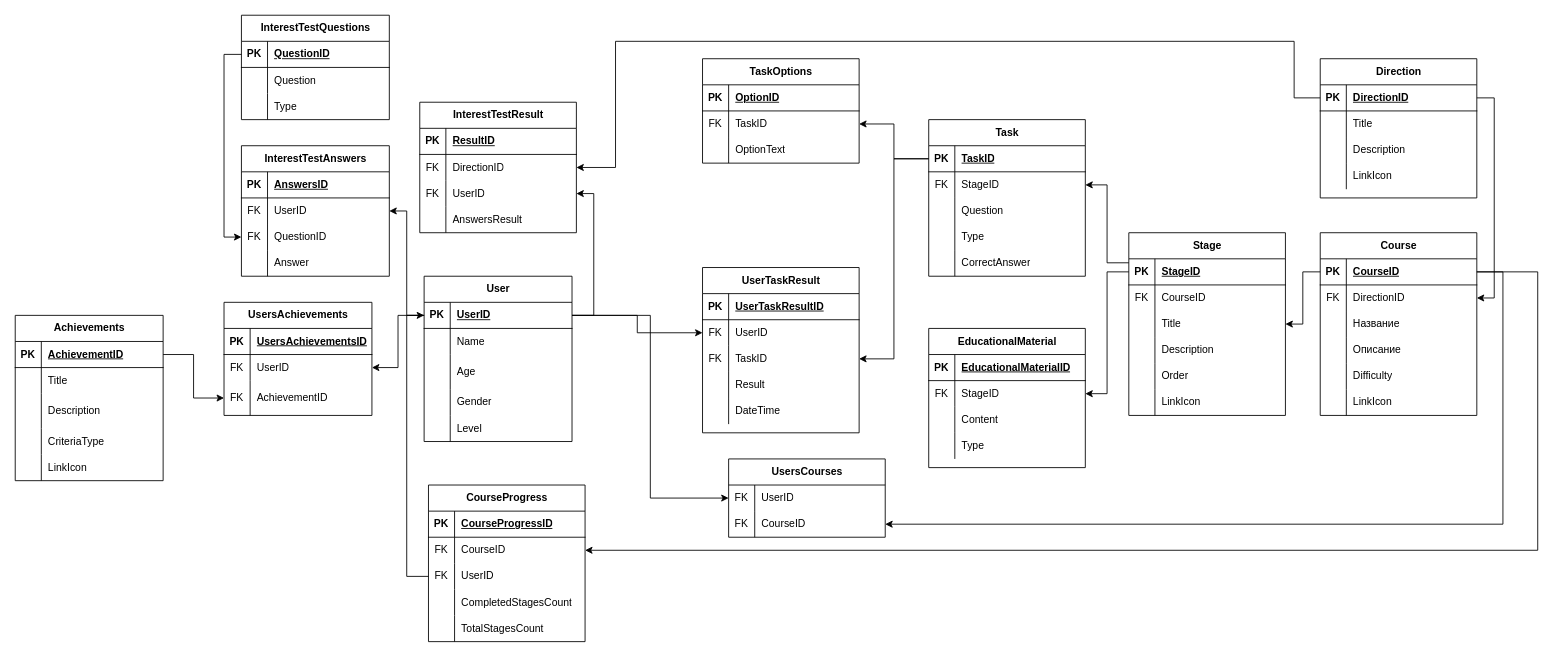
Earlier version of the draw.io diagram ERD.drawio (JoGustav/MobileApp). Source tidied: cells renumbered, new cells numbered last; positions are measured from the earlier drawing's top-left corner, leaving out a move shared by most shapes. Both pictures are drawn from the tidied source at 87%, with x=0, y=0 at pixel (15, 15).
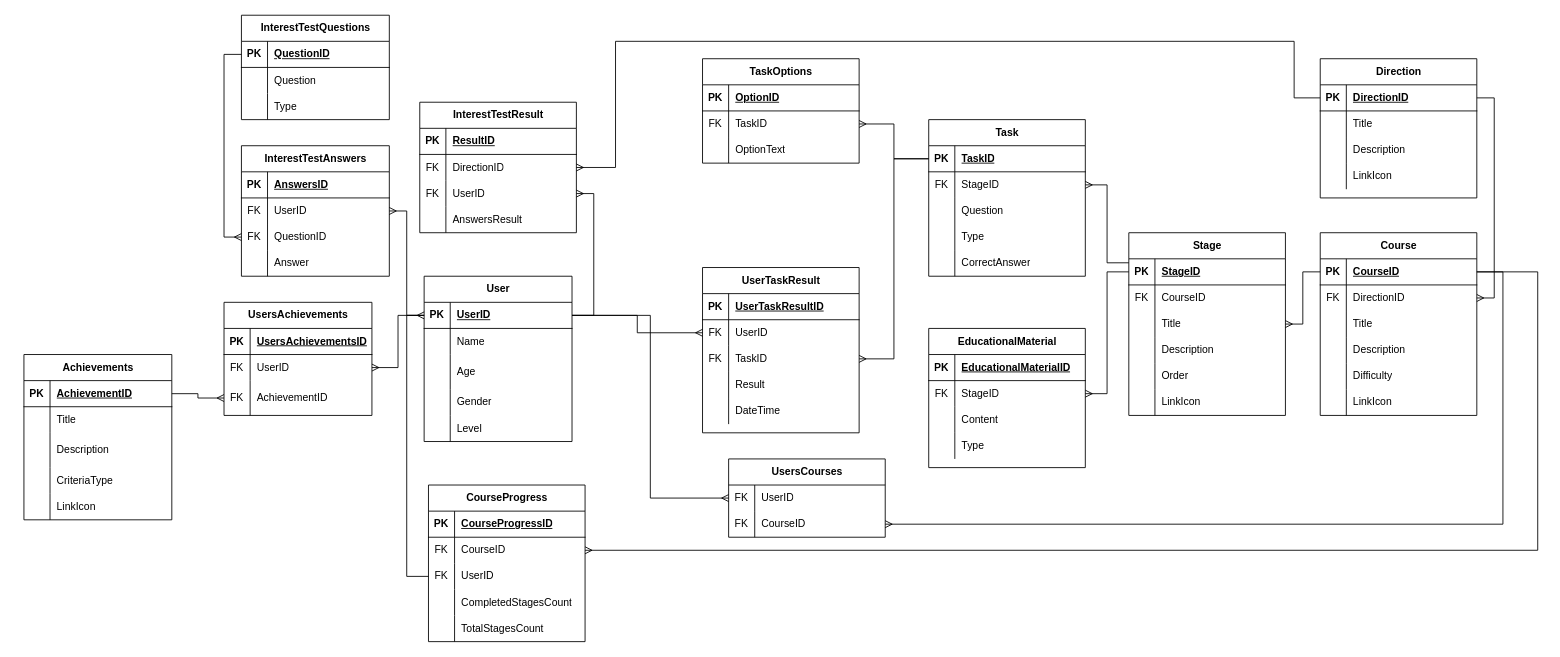
After the change.

The change refers to these unchanged cells:
```xml
<mxCell id="3" style="shape=tableRow;horizontal=0;startSize=0;swimlaneHead=0;swimlaneBody=0;fillColor=none;points=[[0,0.5],[1,0.5]];portConstraint=eastwest;top=0;left=0;right=0;bottom=1;" parent="2" vertex="1">
<mxCell id="19" style="shape=tableRow;horizontal=0;startSize=0;swimlaneHead=0;swimlaneBody=0;fillColor=none;points=[[0,0.5],[1,0.5]];portConstraint=eastwest;top=0;left=0;right=0;bottom=1;" parent="18" vertex="1">
<mxCell id="32" style="shape=tableRow;horizontal=0;startSize=0;swimlaneHead=0;swimlaneBody=0;fillColor=none;points=[[0,0.5],[1,0.5]];portConstraint=eastwest;top=0;left=0;right=0;bottom=1;" parent="31" vertex="1">
<mxCell id="35" style="shape=tableRow;horizontal=0;startSize=0;swimlaneHead=0;swimlaneBody=0;fillColor=none;points=[[0,0.5],[1,0.5]];portConstraint=eastwest;top=0;left=0;right=0;bottom=0;" parent="31" vertex="1">
<mxCell id="38" style="shape=tableRow;horizontal=0;startSize=0;swimlaneHead=0;swimlaneBody=0;fillColor=none;top=0;left=0;right=0;bottom=0;" parent="31" vertex="1">
<mxCell id="41" style="shape=tableRow;horizontal=0;startSize=0;swimlaneHead=0;swimlaneBody=0;fillColor=none;top=0;left=0;right=0;bottom=0;" parent="31" vertex="1">
<mxCell id="50" value="Stage" style="shape=table;startSize=30;childLayout=tableLayout;rowLines=0;fontStyle=1;align=center;html=1;" parent="1" vertex="1">
<mxCell id="51" style="shape=tableRow;horizontal=0;startSize=0;swimlaneHead=0;swimlaneBody=0;fillColor=none;points=[[0,0.5],[1,0.5]];portConstraint=eastwest;top=0;left=0;right=0;bottom=1;" parent="50" vertex="1">
<mxCell id="70" style="shape=tableRow;horizontal=0;startSize=0;swimlaneHead=0;swimlaneBody=0;fillColor=none;points=[[0,0.5],[1,0.5]];portConstraint=eastwest;top=0;left=0;right=0;bottom=1;" parent="69" vertex="1">
<mxCell id="73" style="shape=tableRow;horizontal=0;startSize=0;swimlaneHead=0;swimlaneBody=0;fillColor=none;points=[[0,0.5],[1,0.5]];portConstraint=eastwest;top=0;left=0;right=0;bottom=0;" parent="69" vertex="1">
<mxCell id="89" style="shape=tableRow;horizontal=0;startSize=0;swimlaneHead=0;swimlaneBody=0;fillColor=none;points=[[0,0.5],[1,0.5]];portConstraint=eastwest;top=0;left=0;right=0;bottom=0;" parent="85" vertex="1">
<mxCell id="99" style="shape=tableRow;horizontal=0;startSize=0;swimlaneHead=0;swimlaneBody=0;fillColor=none;points=[[0,0.5],[1,0.5]];portConstraint=eastwest;top=0;left=0;right=0;bottom=0;" parent="98" vertex="1">
<mxCell id="102" style="shape=tableRow;horizontal=0;startSize=0;swimlaneHead=0;swimlaneBody=0;fillColor=none;points=[[0,0.5],[1,0.5]];portConstraint=eastwest;top=0;left=0;right=0;bottom=0;" parent="98" vertex="1">
<mxCell id="111" style="shape=tableRow;horizontal=0;startSize=0;swimlaneHead=0;swimlaneBody=0;fillColor=none;points=[[0,0.5],[1,0.5]];portConstraint=eastwest;top=0;left=0;right=0;bottom=0;" parent="107" vertex="1">
<mxCell id="118" style="shape=tableRow;horizontal=0;startSize=0;swimlaneHead=0;swimlaneBody=0;fillColor=none;points=[[0,0.5],[1,0.5]];portConstraint=eastwest;top=0;left=0;right=0;bottom=1;" parent="117" vertex="1">
<mxCell id="131" style="shape=tableRow;horizontal=0;startSize=0;swimlaneHead=0;swimlaneBody=0;fillColor=none;points=[[0,0.5],[1,0.5]];portConstraint=eastwest;top=0;left=0;right=0;bottom=0;" parent="127" vertex="1">
<mxCell id="134" style="shape=tableRow;horizontal=0;startSize=0;swimlaneHead=0;swimlaneBody=0;fillColor=none;points=[[0,0.5],[1,0.5]];portConstraint=eastwest;top=0;left=0;right=0;bottom=0;" parent="127" vertex="1">
<mxCell id="146" style="shape=tableRow;horizontal=0;startSize=0;swimlaneHead=0;swimlaneBody=0;fillColor=none;points=[[0,0.5],[1,0.5]];portConstraint=eastwest;top=0;left=0;right=0;bottom=0;" parent="142" vertex="1">
<mxCell id="149" style="shape=tableRow;horizontal=0;startSize=0;swimlaneHead=0;swimlaneBody=0;fillColor=none;points=[[0,0.5],[1,0.5]];portConstraint=eastwest;top=0;left=0;right=0;bottom=0;" parent="142" vertex="1">
<mxCell id="162" style="shape=tableRow;horizontal=0;startSize=0;swimlaneHead=0;swimlaneBody=0;fillColor=none;points=[[0,0.5],[1,0.5]];portConstraint=eastwest;top=0;left=0;right=0;bottom=0;" parent="158" vertex="1">
<mxCell id="165" style="shape=tableRow;horizontal=0;startSize=0;swimlaneHead=0;swimlaneBody=0;fillColor=none;points=[[0,0.5],[1,0.5]];portConstraint=eastwest;top=0;left=0;right=0;bottom=0;" parent="158" vertex="1">
<mxCell id="184" style="shape=tableRow;horizontal=0;startSize=0;swimlaneHead=0;swimlaneBody=0;fillColor=none;points=[[0,0.5],[1,0.5]];portConstraint=eastwest;top=0;left=0;right=0;bottom=0;" parent="180" vertex="1">
<mxCell id="187" style="shape=tableRow;horizontal=0;startSize=0;swimlaneHead=0;swimlaneBody=0;fillColor=none;points=[[0,0.5],[1,0.5]];portConstraint=eastwest;top=0;left=0;right=0;bottom=0;" parent="180" vertex="1">
<mxCell id="199" style="shape=tableRow;horizontal=0;startSize=0;swimlaneHead=0;swimlaneBody=0;fillColor=none;points=[[0,0.5],[1,0.5]];portConstraint=eastwest;top=0;left=0;right=0;bottom=1;" parent="198" vertex="1">
<mxCell id="218" style="shape=tableRow;horizontal=0;startSize=0;swimlaneHead=0;swimlaneBody=0;fillColor=none;points=[[0,0.5],[1,0.5]];portConstraint=eastwest;top=0;left=0;right=0;bottom=0;" parent="214" vertex="1">
<mxCell id="221" style="shape=tableRow;horizontal=0;startSize=0;swimlaneHead=0;swimlaneBody=0;fillColor=none;points=[[0,0.5],[1,0.5]];portConstraint=eastwest;top=0;left=0;right=0;bottom=0;" parent="214" vertex="1">
```

What changed in the source:
```diff
@@
-    <mxCell id="40" value="Название" style="shape=partialRectangle;fillColor=none;top=0;left=0;bottom=0;right=0;align=left;spacingLeft=6;overflow=hidden;whiteSpace=wrap;html=1;" parent="38" vertex="1">
+    <mxCell id="40" value="Title" style="shape=partialRectangle;fillColor=none;top=0;left=0;bottom=0;right=0;align=left;spacingLeft=6;overflow=hidden;whiteSpace=wrap;html=1;" parent="38" vertex="1">
       <mxGeometry x="30" width="150" height="30" as="geometry" />
     </mxCell>
@@
-    <mxCell id="43" value="Описание" style="shape=partialRectangle;fillColor=none;top=0;left=0;bottom=0;right=0;align=left;spacingLeft=6;overflow=hidden;whiteSpace=wrap;html=1;" parent="41" vertex="1">
+    <mxCell id="43" value="Description" style="shape=partialRectangle;fillColor=none;top=0;left=0;bottom=0;right=0;align=left;spacingLeft=6;overflow=hidden;whiteSpace=wrap;html=1;" parent="41" vertex="1">
       <mxGeometry x="30" width="150" height="30" as="geometry" />
     </mxCell>
@@
-    <mxCell id="105" style="edgeStyle=orthogonalEdgeStyle;rounded=0;jettySize=auto;html=1;entryX=1;entryY=0.5;entryDx=0;entryDy=0;exitX=1;exitY=0.5;exitDx=0;exitDy=0;" parent="1" edge="1" source="19" target="35">
+    <mxCell id="105" style="edgeStyle=orthogonalEdgeStyle;rounded=0;jettySize=auto;html=1;entryX=1;entryY=0.5;entryDx=0;entryDy=0;exitX=1;exitY=0.5;exitDx=0;exitDy=0;endArrow=ERmany;endFill=0;" parent="1" edge="1" source="19" target="35">
       <mxGeometry relative="1" as="geometry" />
     </mxCell>
-    <mxCell id="106" style="edgeStyle=orthogonalEdgeStyle;rounded=0;jettySize=auto;html=1;exitX=0;exitY=0.5;exitDx=0;exitDy=0;entryX=1;entryY=0.5;entryDx=0;entryDy=0;" parent="1" edge="1" source="32" target="50">
+    <mxCell id="106" style="edgeStyle=orthogonalEdgeStyle;rounded=0;jettySize=auto;html=1;exitX=0;exitY=0.5;exitDx=0;exitDy=0;entryX=1;entryY=0.5;entryDx=0;entryDy=0;endArrow=ERmany;endFill=0;" parent="1" edge="1" source="32" target="50">
       <mxGeometry relative="1" as="geometry" />
     </mxCell>
@@
-    <mxCell id="140" style="edgeStyle=orthogonalEdgeStyle;rounded=0;jettySize=auto;html=1;exitX=0;exitY=0.152;exitDx=0;exitDy=0;exitPerimeter=0;" parent="1" edge="1" source="51" target="73">
+    <mxCell id="140" style="edgeStyle=orthogonalEdgeStyle;rounded=0;jettySize=auto;html=1;exitX=0;exitY=0.152;exitDx=0;exitDy=0;exitPerimeter=0;endArrow=ERmany;endFill=0;" parent="1" edge="1" source="51" target="73">
       <mxGeometry relative="1" as="geometry" />
     </mxCell>
-    <mxCell id="141" style="edgeStyle=orthogonalEdgeStyle;rounded=0;jettySize=auto;html=1;entryX=1;entryY=0.5;entryDx=0;entryDy=0;" parent="1" edge="1" source="51" target="89">
+    <mxCell id="141" style="edgeStyle=orthogonalEdgeStyle;rounded=0;jettySize=auto;html=1;entryX=1;entryY=0.5;entryDx=0;entryDy=0;endArrow=ERmany;endFill=0;" parent="1" edge="1" source="51" target="89">
       <mxGeometry relative="1" as="geometry" />
     </mxCell>
@@
-    <mxCell id="171" style="edgeStyle=orthogonalEdgeStyle;rounded=0;jettySize=auto;html=1;entryX=1;entryY=0.5;entryDx=0;entryDy=0;" parent="1" edge="1" source="70" target="111">
+    <mxCell id="171" style="edgeStyle=orthogonalEdgeStyle;rounded=0;jettySize=auto;html=1;entryX=1;entryY=0.5;entryDx=0;entryDy=0;endArrow=ERmany;endFill=0;" parent="1" edge="1" source="70" target="111">
       <mxGeometry relative="1" as="geometry" />
     </mxCell>
-    <mxCell id="172" style="edgeStyle=orthogonalEdgeStyle;rounded=0;jettySize=auto;html=1;entryX=1;entryY=0.5;entryDx=0;entryDy=0;" parent="1" edge="1" source="70" target="149">
+    <mxCell id="172" style="edgeStyle=orthogonalEdgeStyle;rounded=0;jettySize=auto;html=1;entryX=1;entryY=0.5;entryDx=0;entryDy=0;endArrow=ERmany;endFill=0;" parent="1" edge="1" source="70" target="149">
       <mxGeometry relative="1" as="geometry" />
     </mxCell>
-    <mxCell id="173" style="edgeStyle=orthogonalEdgeStyle;rounded=0;jettySize=auto;html=1;entryX=0;entryY=0.5;entryDx=0;entryDy=0;" parent="1" edge="1" source="3" target="146">
+    <mxCell id="173" style="edgeStyle=orthogonalEdgeStyle;rounded=0;jettySize=auto;html=1;entryX=0;entryY=0.5;entryDx=0;entryDy=0;endArrow=ERmany;endFill=0;" parent="1" edge="1" source="3" target="146">
       <mxGeometry relative="1" as="geometry" />
     </mxCell>
-    <mxCell id="174" style="edgeStyle=orthogonalEdgeStyle;rounded=0;jettySize=auto;html=1;entryX=1;entryY=0.5;entryDx=0;entryDy=0;" parent="1" edge="1" source="3" target="131">
+    <mxCell id="174" style="edgeStyle=orthogonalEdgeStyle;rounded=0;jettySize=auto;html=1;entryX=1;entryY=0.5;entryDx=0;entryDy=0;endArrow=ERmany;endFill=0;" parent="1" edge="1" source="3" target="131">
       <mxGeometry relative="1" as="geometry" />
     </mxCell>
-    <mxCell id="175" style="edgeStyle=orthogonalEdgeStyle;rounded=0;jettySize=auto;html=1;entryX=0;entryY=0.5;entryDx=0;entryDy=0;" parent="1" edge="1" source="118" target="134">
+    <mxCell id="175" style="edgeStyle=orthogonalEdgeStyle;rounded=0;jettySize=auto;html=1;entryX=0;entryY=0.5;entryDx=0;entryDy=0;endArrow=ERmany;endFill=0;" parent="1" edge="1" source="118" target="134">
       <mxGeometry relative="1" as="geometry" />
     </mxCell>
-    <mxCell id="176" style="edgeStyle=orthogonalEdgeStyle;rounded=0;jettySize=auto;html=1;entryX=1;entryY=0.5;entryDx=0;entryDy=0;" parent="1" edge="1" source="3" target="165">
+    <mxCell id="176" style="edgeStyle=orthogonalEdgeStyle;rounded=0;jettySize=auto;html=1;entryX=1;entryY=0.5;entryDx=0;entryDy=0;endArrow=ERmany;endFill=0;" parent="1" edge="1" source="3" target="165">
       <mxGeometry relative="1" as="geometry">
         <Array as="points">
           <mxPoint x="665" y="345" />
           <mxPoint x="665" y="205" />
         </Array>
       </mxGeometry>
     </mxCell>
-    <mxCell id="177" style="edgeStyle=orthogonalEdgeStyle;rounded=0;jettySize=auto;html=1;entryX=1;entryY=0.5;entryDx=0;entryDy=0;" parent="1" edge="1" source="19" target="162">
+    <mxCell id="177" style="edgeStyle=orthogonalEdgeStyle;rounded=0;jettySize=auto;html=1;entryX=1;entryY=0.5;entryDx=0;entryDy=0;endArrow=ERmany;endFill=0;" parent="1" edge="1" source="19" target="162">
       <mxGeometry relative="1" as="geometry">
         <Array as="points">
           <mxPoint x="1470" y="95" />
           <mxPoint x="1470" y="30" />
           <mxPoint x="690" y="30" />
           <mxPoint x="690" y="175" />
         </Array>
       </mxGeometry>
     </mxCell>
-    <mxCell id="178" style="edgeStyle=orthogonalEdgeStyle;rounded=0;jettySize=auto;html=1;entryX=0;entryY=0.5;entryDx=0;entryDy=0;" parent="1" edge="1" source="3" target="99">
+    <mxCell id="178" style="edgeStyle=orthogonalEdgeStyle;rounded=0;jettySize=auto;html=1;entryX=0;entryY=0.5;entryDx=0;entryDy=0;endArrow=ERmany;endFill=0;" parent="1" edge="1" source="3" target="99">
       <mxGeometry relative="1" as="geometry" />
     </mxCell>
-    <mxCell id="179" style="edgeStyle=orthogonalEdgeStyle;rounded=0;jettySize=auto;html=1;entryX=1;entryY=0.5;entryDx=0;entryDy=0;" parent="1" edge="1" source="32" target="102">
+    <mxCell id="179" style="edgeStyle=orthogonalEdgeStyle;rounded=0;jettySize=auto;html=1;entryX=1;entryY=0.5;entryDx=0;entryDy=0;endArrow=ERmany;endFill=0;" parent="1" edge="1" source="32" target="102">
       <mxGeometry relative="1" as="geometry">
         <Array as="points">
           <mxPoint x="1710" y="295" />
           <mxPoint x="1710" y="585" />
         </Array>
       </mxGeometry>
     </mxCell>
@@
-    <mxCell id="196" style="edgeStyle=orthogonalEdgeStyle;rounded=0;jettySize=auto;html=1;entryX=0;entryY=0.5;entryDx=0;entryDy=0;" parent="1" edge="1" source="187" target="3">
+    <mxCell id="196" style="edgeStyle=orthogonalEdgeStyle;rounded=0;jettySize=auto;html=1;entryX=0;entryY=0.5;entryDx=0;entryDy=0;endArrow=ERmany;endFill=0;" parent="1" edge="1" source="187" target="3">
       <mxGeometry relative="1" as="geometry" />
     </mxCell>
-    <mxCell id="197" style="edgeStyle=orthogonalEdgeStyle;rounded=0;jettySize=auto;html=1;" parent="1" edge="1" source="32" target="184">
+    <mxCell id="197" style="edgeStyle=orthogonalEdgeStyle;rounded=0;jettySize=auto;html=1;endArrow=ERmany;endFill=0;" parent="1" edge="1" source="32" target="184">
       <mxGeometry relative="1" as="geometry">
         <Array as="points">
           <mxPoint x="1750" y="295" />
           <mxPoint x="1750" y="615" />
         </Array>
       </mxGeometry>
     </mxCell>
     <mxCell id="198" value="Achievements" style="shape=table;startSize=30;childLayout=tableLayout;rowLines=0;fontStyle=1;align=center;html=1;" parent="1" vertex="1">
-      <mxGeometry y="345" width="170" height="190" as="geometry" />
+      <mxGeometry x="10" y="390" width="170" height="190" as="geometry" />
     </mxCell>
@@
-    <mxCell id="224" style="edgeStyle=orthogonalEdgeStyle;rounded=0;jettySize=auto;html=1;entryX=0;entryY=0.5;entryDx=0;entryDy=0;" parent="1" edge="1" source="199" target="221">
+    <mxCell id="224" style="edgeStyle=orthogonalEdgeStyle;rounded=0;jettySize=auto;html=1;entryX=0;entryY=0.5;entryDx=0;entryDy=0;endArrow=ERmany;endFill=0;" parent="1" edge="1" source="199" target="221">
       <mxGeometry relative="1" as="geometry" />
     </mxCell>
-    <mxCell id="225" style="edgeStyle=orthogonalEdgeStyle;rounded=0;jettySize=auto;html=1;entryX=1;entryY=0.5;entryDx=0;entryDy=0;" parent="1" edge="1" source="3" target="218">
+    <mxCell id="225" style="edgeStyle=orthogonalEdgeStyle;rounded=0;jettySize=auto;html=1;entryX=1;entryY=0.5;entryDx=0;entryDy=0;endArrow=ERmany;endFill=0;" parent="1" edge="1" source="3" target="218">
       <mxGeometry relative="1" as="geometry" />
     </mxCell>
```
